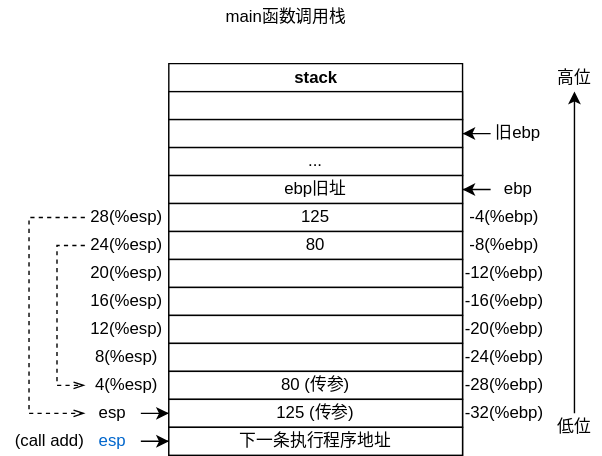
Earlier version of the draw.io export drawio/x86callFunc.drawio.svg (Stolorzs/Picgo). Source tidied: cells renumbered, new cells last; positions are measured from the earlier drawing's top-left corner, leaving out a move shared by most shapes.
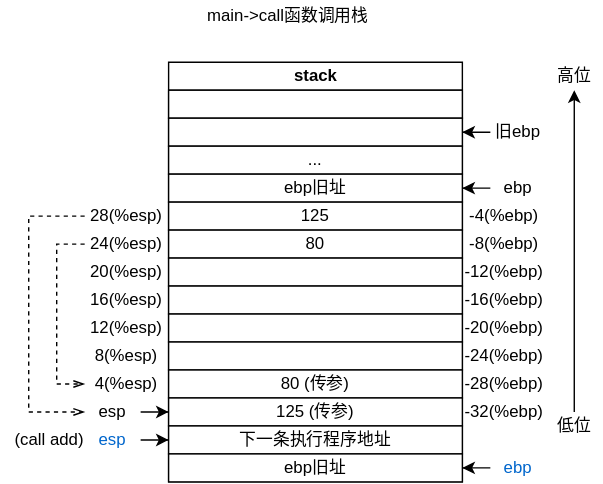
After the commit.

What changed in the source:
```diff
@@ -3,7 +3,7 @@
     <mxCell id="0" />
     <mxCell id="1" parent="0" />
     <mxCell id="2" value="stack" style="swimlane;horizontal=1;startSize=20;html=1;" parent="1" vertex="1">
-      <mxGeometry x="120" y="45" width="210" height="280" as="geometry" />
+      <mxGeometry x="120" y="45" width="210" height="300" as="geometry" />
     </mxCell>
     <mxCell id="3" style="rounded=0;whiteSpace=wrap;html=1;" parent="2" vertex="1">
       <mxGeometry y="20" width="210" height="20" as="geometry" />
@@ -44,6 +44,9 @@
     <mxCell id="15" value="下一条执行程序地址" style="rounded=0;whiteSpace=wrap;html=1;" parent="2" vertex="1">
       <mxGeometry y="260" width="210" height="20" as="geometry" />
     </mxCell>
+    <mxCell id="47" value="ebp旧址" style="rounded=0;whiteSpace=wrap;html=1;" parent="2" vertex="1">
+      <mxGeometry y="280" width="210" height="20" as="geometry" />
+    </mxCell>
     <mxCell id="16" style="edgeStyle=orthogonalEdgeStyle;rounded=0;jettySize=auto;html=1;" parent="1" edge="1" source="17" target="14">
       <mxGeometry relative="1" as="geometry" />
     </mxCell>
@@ -147,8 +150,14 @@
     <mxCell id="45" value="(call add)" style="text;html=1;align=center;verticalAlign=middle;whiteSpace=wrap;rounded=0;" parent="1" vertex="1">
       <mxGeometry y="305" width="70" height="20" as="geometry" />
     </mxCell>
-    <mxCell id="46" value="main函数调用栈" style="text;html=1;align=center;verticalAlign=middle;whiteSpace=wrap;rounded=0;" parent="1" vertex="1">
-      <mxGeometry x="149" width="110" height="24" as="geometry" />
+    <mxCell id="46" value="main-&amp;gt;call函数调用栈" style="text;html=1;align=center;verticalAlign=middle;whiteSpace=wrap;rounded=0;" parent="1" vertex="1">
+      <mxGeometry x="140" width="131" height="24" as="geometry" />
     </mxCell>
+    <mxCell id="48" style="edgeStyle=orthogonalEdgeStyle;rounded=0;jettySize=auto;html=1;fontFamily=Helvetica;fontSize=12;fontColor=#0066CC;" parent="1" edge="1" source="49" target="47">
+      <mxGeometry relative="1" as="geometry" />
+    </mxCell>
+    <mxCell id="49" value="ebp" style="text;html=1;align=center;verticalAlign=middle;whiteSpace=wrap;rounded=0;fontColor=#0066CC;" parent="1" vertex="1">
+      <mxGeometry x="350" y="325" width="40" height="20" as="geometry" />
+    </mxCell>
   </root>
 </mxGraphModel>
```
